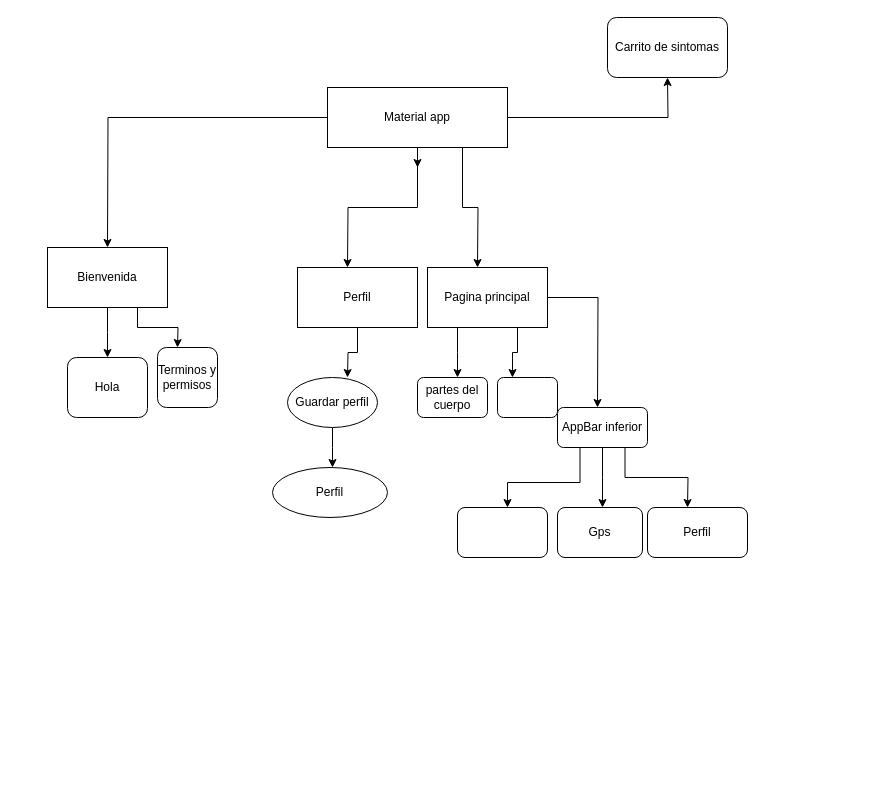
AnakinBellakito/Test keeps this draw.io diagram as Untitled Diagram.drawio. Above is the earlier version. Source tidied: cells renumbered, new cells numbered last; positions are measured from the earlier drawing's top-left corner, leaving out a move shared by most shapes. Both pictures are drawn from the tidied source at 100%, with x=0, y=0 at pixel (47, 17).
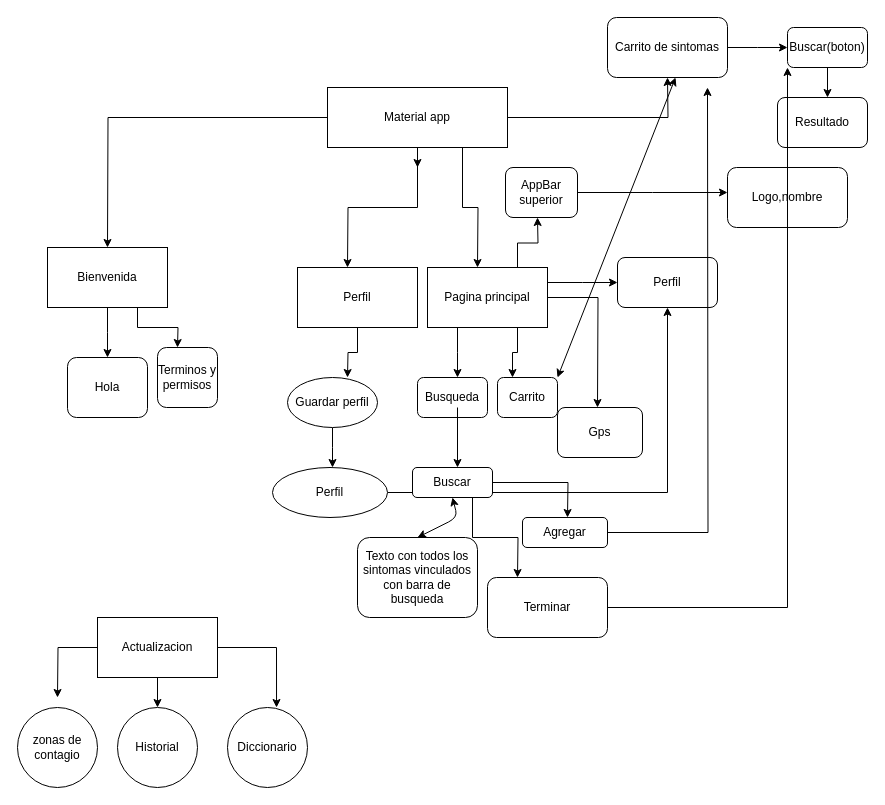
Above is the later version.

The change refers to these unchanged cells:
```xml
<mxCell id="20" value="Pagina principal" style="rounded=0;whiteSpace=wrap;html=1;" parent="1" vertex="1">
  <mxGeometry x="380" y="250" width="120" height="60" as="geometry" />
</mxCell>
<mxCell id="30" value="Carrito de sintomas" style="rounded=1;whiteSpace=wrap;html=1;" parent="1" vertex="1">
  <mxGeometry x="560" width="120" height="60" as="geometry" />
</mxCell>
<mxCell id="31" value="Perfil " style="ellipse;whiteSpace=wrap;html=1;" parent="1" vertex="1">
  <mxGeometry x="225" y="450" width="115" height="50" as="geometry" />
</mxCell>
```

Change to the diagram source:
```diff
@@
+    <mxCell id="32" style="edgeStyle=orthogonalEdgeStyle;rounded=0;jettySize=auto;html=1;exitX=1;exitY=0.25;exitDx=0;exitDy=0;" parent="1" edge="1" source="20">
+      <mxGeometry relative="1" as="geometry">
+        <mxPoint x="570" y="265" as="targetPoint" />
+      </mxGeometry>
+    </mxCell>
+    <mxCell id="33" style="edgeStyle=orthogonalEdgeStyle;rounded=0;jettySize=auto;html=1;exitX=0.75;exitY=0;exitDx=0;exitDy=0;" parent="1" edge="1" source="20">
+      <mxGeometry relative="1" as="geometry">
+        <mxPoint x="490" y="200" as="targetPoint" />
+      </mxGeometry>
+    </mxCell>
@@
-    <mxCell id="21" value="partes del cuerpo" style="rounded=1;whiteSpace=wrap;html=1;" parent="1" vertex="1">
+    <mxCell id="21" value="Busqueda" style="rounded=1;whiteSpace=wrap;html=1;" parent="1" vertex="1">
       <mxGeometry x="370" y="360" width="70" height="40" as="geometry" />
     </mxCell>
-    <mxCell id="22" style="rounded=1;whiteSpace=wrap;html=1;" parent="1" vertex="1">
+    <mxCell id="22" value="Carrito" style="rounded=1;whiteSpace=wrap;html=1;" parent="1" vertex="1">
       <mxGeometry x="450" y="360" width="60" height="40" as="geometry" />
     </mxCell>
-    <mxCell id="23" style="edgeStyle=orthogonalEdgeStyle;rounded=0;jettySize=auto;html=1;exitX=0.25;exitY=1;exitDx=0;exitDy=0;" parent="1" edge="1" source="26">
-      <mxGeometry relative="1" as="geometry">
-        <mxPoint x="460" y="490" as="targetPoint" />
-        <Array as="points">
-          <mxPoint x="533" y="465" />
-          <mxPoint x="460" y="465" />
-        </Array>
-      </mxGeometry>
-    </mxCell>
-    <mxCell id="24" style="edgeStyle=orthogonalEdgeStyle;rounded=0;jettySize=auto;html=1;exitX=0.5;exitY=1;exitDx=0;exitDy=0;" parent="1" edge="1" source="26">
-      <mxGeometry relative="1" as="geometry">
-        <mxPoint x="555" y="490" as="targetPoint" />
-      </mxGeometry>
-    </mxCell>
-    <mxCell id="25" style="edgeStyle=orthogonalEdgeStyle;rounded=0;jettySize=auto;html=1;exitX=0.75;exitY=1;exitDx=0;exitDy=0;" parent="1" edge="1" source="26">
-      <mxGeometry relative="1" as="geometry">
-        <mxPoint x="640" y="490" as="targetPoint" />
-      </mxGeometry>
-    </mxCell>
-    <mxCell id="26" value="AppBar inferior " style="rounded=1;whiteSpace=wrap;html=1;" parent="1" vertex="1">
-      <mxGeometry x="510" y="390" width="90" height="40" as="geometry" />
-    </mxCell>
-    <mxCell id="27" style="rounded=1;whiteSpace=wrap;html=1;" parent="1" vertex="1">
-      <mxGeometry x="410" y="490" width="90" height="50" as="geometry" />
-    </mxCell>
+    <mxCell id="34" style="edgeStyle=orthogonalEdgeStyle;rounded=0;orthogonalLoop=1;jettySize=auto;html=1;" parent="1" edge="1">
+      <mxGeometry relative="1" as="geometry">
+        <mxPoint x="410" y="390" as="sourcePoint" />
+        <mxPoint x="410" y="450" as="targetPoint" />
+      </mxGeometry>
+    </mxCell>
     <mxCell id="28" value="Perfil" style="rounded=1;whiteSpace=wrap;html=1;" parent="1" vertex="1">
-      <mxGeometry x="600" y="490" width="100" height="50" as="geometry" />
+      <mxGeometry x="570" y="240" width="100" height="50" as="geometry" />
     </mxCell>
     <mxCell id="29" value="Gps" style="rounded=1;whiteSpace=wrap;html=1;" parent="1" vertex="1">
-      <mxGeometry x="510" y="490" width="85" height="50" as="geometry" />
+      <mxGeometry x="510" y="390" width="85" height="50" as="geometry" />
     </mxCell>
+    <mxCell id="35" style="edgeStyle=orthogonalEdgeStyle;rounded=0;jettySize=auto;html=1;" parent="1" edge="1" source="30">
+      <mxGeometry relative="1" as="geometry">
+        <mxPoint x="740" y="30" as="targetPoint" />
+      </mxGeometry>
+    </mxCell>
@@
+    <mxCell id="36" style="edgeStyle=orthogonalEdgeStyle;rounded=0;jettySize=auto;html=1;" parent="1" edge="1" source="31" target="28">
+      <mxGeometry relative="1" as="geometry" />
+    </mxCell>
@@
+    <mxCell id="37" style="edgeStyle=orthogonalEdgeStyle;rounded=0;jettySize=auto;html=1;exitX=0.5;exitY=1;exitDx=0;exitDy=0;" parent="1" edge="1" source="38">
+      <mxGeometry relative="1" as="geometry">
+        <mxPoint x="780" y="80" as="targetPoint" />
+      </mxGeometry>
+    </mxCell>
+    <mxCell id="38" value="Buscar(boton)" style="rounded=1;whiteSpace=wrap;html=1;" parent="1" vertex="1">
+      <mxGeometry x="740" y="10" width="80" height="40" as="geometry" />
+    </mxCell>
+    <mxCell id="39" value="Resultado" style="rounded=1;whiteSpace=wrap;html=1;" parent="1" vertex="1">
+      <mxGeometry x="730" y="80" width="90" height="50" as="geometry" />
+    </mxCell>
+    <mxCell id="40" value="Texto con todos los sintomas vinculados con barra de busqueda" style="rounded=1;whiteSpace=wrap;html=1;" parent="1" vertex="1">
+      <mxGeometry x="310" y="520" width="120" height="80" as="geometry" />
+    </mxCell>
+    <mxCell id="41" style="edgeStyle=orthogonalEdgeStyle;rounded=0;jettySize=auto;html=1;" parent="1" edge="1" source="43">
+      <mxGeometry relative="1" as="geometry">
+        <mxPoint x="520" y="500" as="targetPoint" />
+      </mxGeometry>
+    </mxCell>
+    <mxCell id="42" style="edgeStyle=orthogonalEdgeStyle;rounded=0;jettySize=auto;html=1;exitX=0.75;exitY=1;exitDx=0;exitDy=0;" parent="1" edge="1" source="43">
+      <mxGeometry relative="1" as="geometry">
+        <mxPoint x="470" y="560" as="targetPoint" />
+      </mxGeometry>
+    </mxCell>
+    <mxCell id="43" value="Buscar" style="rounded=1;whiteSpace=wrap;html=1;" parent="1" vertex="1">
+      <mxGeometry x="365" y="450" width="80" height="30" as="geometry" />
+    </mxCell>
+    <mxCell id="44" style="endArrow=classic;startArrow=classic;html=1;entryX=0.567;entryY=1;entryDx=0;entryDy=0;entryPerimeter=0;exitX=1;exitY=0;exitDx=0;exitDy=0;" parent="1" edge="1" source="22" target="30">
+      <mxGeometry relative="1" as="geometry" />
+    </mxCell>
+    <mxCell id="45" style="endArrow=classic;startArrow=classic;html=1;exitX=0.5;exitY=0;exitDx=0;exitDy=0;entryX=0.5;entryY=1;entryDx=0;entryDy=0;" parent="1" edge="1" source="40" target="43">
+      <mxGeometry relative="1" as="geometry">
+        <Array as="points">
+          <mxPoint x="410" y="500" />
+        </Array>
+      </mxGeometry>
+    </mxCell>
+    <mxCell id="46" style="edgeStyle=orthogonalEdgeStyle;rounded=0;jettySize=auto;html=1;" parent="1" edge="1" source="47">
+      <mxGeometry relative="1" as="geometry">
+        <mxPoint x="660" y="70" as="targetPoint" />
+      </mxGeometry>
+    </mxCell>
+    <mxCell id="47" value="Agregar" style="rounded=1;whiteSpace=wrap;html=1;" parent="1" vertex="1">
+      <mxGeometry x="475" y="500" width="85" height="30" as="geometry" />
+    </mxCell>
+    <mxCell id="48" style="edgeStyle=orthogonalEdgeStyle;rounded=0;jettySize=auto;html=1;" parent="1" edge="1" source="49">
+      <mxGeometry relative="1" as="geometry">
+        <mxPoint x="680" y="175" as="targetPoint" />
+      </mxGeometry>
+    </mxCell>
+    <mxCell id="49" value="AppBar superior " style="rounded=1;whiteSpace=wrap;html=1;" parent="1" vertex="1">
+      <mxGeometry x="458" y="150" width="72" height="50" as="geometry" />
+    </mxCell>
+    <mxCell id="50" value="Logo,nombre" style="rounded=1;whiteSpace=wrap;html=1;" parent="1" vertex="1">
+      <mxGeometry x="680" y="150" width="120" height="60" as="geometry" />
+    </mxCell>
+    <mxCell id="51" style="edgeStyle=orthogonalEdgeStyle;rounded=0;jettySize=auto;html=1;entryX=0;entryY=1;entryDx=0;entryDy=0;" parent="1" edge="1" source="52" target="38">
+      <mxGeometry relative="1" as="geometry" />
+    </mxCell>
+    <mxCell id="52" value="Terminar " style="rounded=1;whiteSpace=wrap;html=1;" parent="1" vertex="1">
+      <mxGeometry x="440" y="560" width="120" height="60" as="geometry" />
+    </mxCell>
+    <mxCell id="53" value="Historial" style="ellipse;whiteSpace=wrap;html=1;" parent="1" vertex="1">
+      <mxGeometry x="70" y="690" width="80" height="80" as="geometry" />
+    </mxCell>
+    <mxCell id="54" value="zonas de contagio" style="ellipse;whiteSpace=wrap;html=1;" parent="1" vertex="1">
+      <mxGeometry x="-30" y="690" width="80" height="80" as="geometry" />
+    </mxCell>
+    <mxCell id="55" value="Diccionario " style="ellipse;whiteSpace=wrap;html=1;" parent="1" vertex="1">
+      <mxGeometry x="180" y="690" width="80" height="80" as="geometry" />
+    </mxCell>
+    <mxCell id="56" style="edgeStyle=orthogonalEdgeStyle;rounded=0;jettySize=auto;html=1;" parent="1" edge="1" source="59">
+      <mxGeometry relative="1" as="geometry">
+        <mxPoint x="10" y="680" as="targetPoint" />
+      </mxGeometry>
+    </mxCell>
+    <mxCell id="57" style="edgeStyle=orthogonalEdgeStyle;rounded=0;jettySize=auto;html=1;entryX=0.5;entryY=0;entryDx=0;entryDy=0;" parent="1" edge="1" source="59" target="53">
+      <mxGeometry relative="1" as="geometry" />
+    </mxCell>
+    <mxCell id="58" style="edgeStyle=orthogonalEdgeStyle;rounded=0;jettySize=auto;html=1;entryX=0.613;entryY=0;entryDx=0;entryDy=0;entryPerimeter=0;" parent="1" edge="1" source="59" target="55">
+      <mxGeometry relative="1" as="geometry" />
+    </mxCell>
+    <mxCell id="59" value="Actualizacion " style="rounded=0;whiteSpace=wrap;html=1;" parent="1" vertex="1">
+      <mxGeometry x="50" y="600" width="120" height="60" as="geometry" />
+    </mxCell>
```
